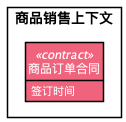
Above: images/hello_word_diagram.png in behring/8x-flow-diagram (PlantUML), before the change.
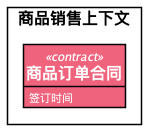
Above is the later version.

Change to the diagram source:
```diff
@@ -8,16 +8,16 @@
 skinparam defaultTextAlignment center
 skinparam style strictuml
 hide empty members
-        rectangle 商品销售上下文 {
-class 商品订单合同 #transparent
+        rectangle "<size:16><b>商品销售上下文" as 商品销售上下文   {
+
+class "<size:16><b>商品订单合同" as 商品订单合同 <<contract>> #F0637C {
+    签订时间
+
 }
 
-class 商品订单合同 <<contract>> #F0637C{
-    签订时间
 
 
 }
 
 
-
 @enduml
```
